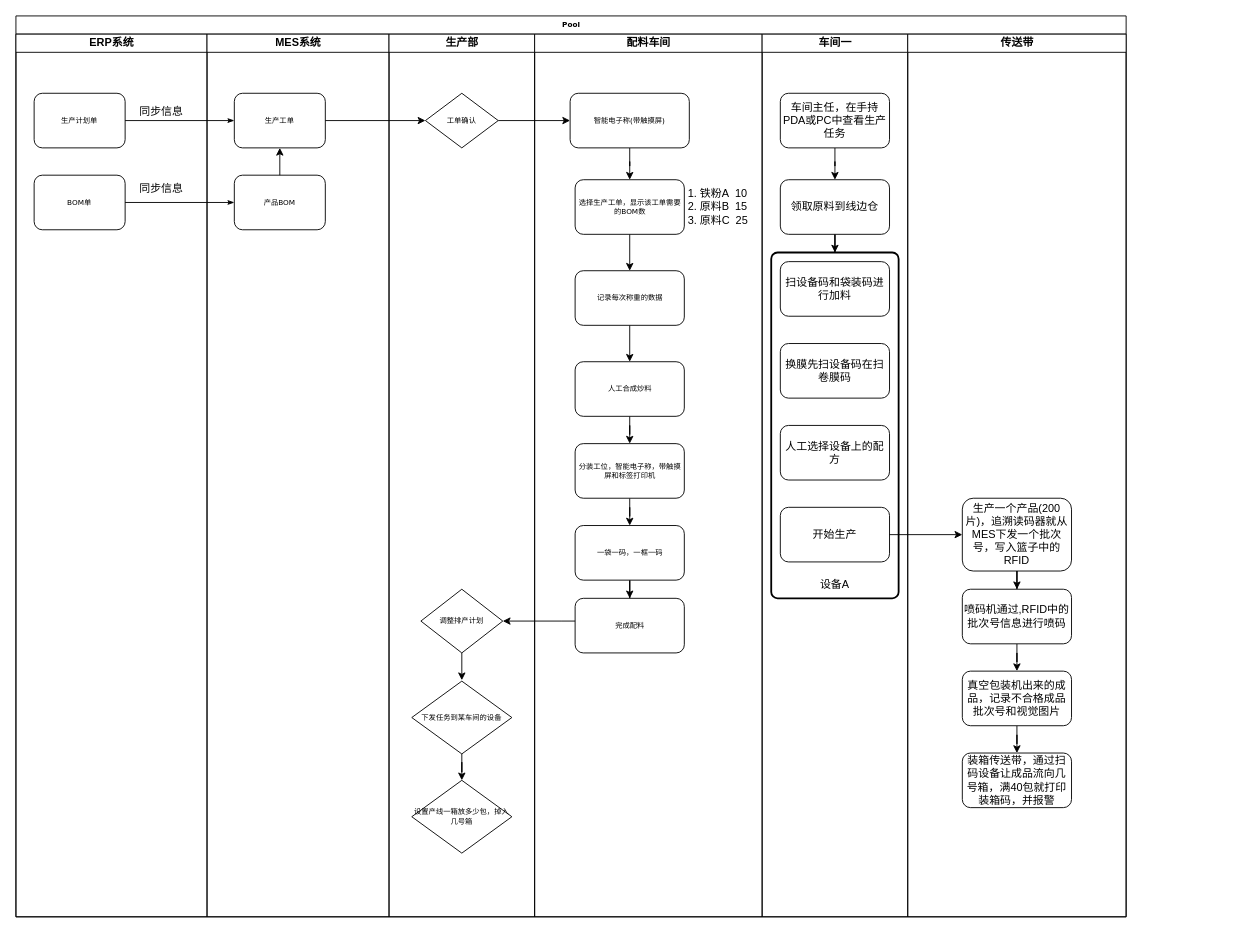
The draw.io diagram data/MES.drawio in chenyanxi/hosts, before the edit. Source tidied: cells renumbered, new cells numbered last; positions are measured from the earlier drawing's top-left corner, leaving out a move shared by most shapes. Both pictures are drawn from the tidied source at 91%, with x=0, y=0 at pixel (15, 15).
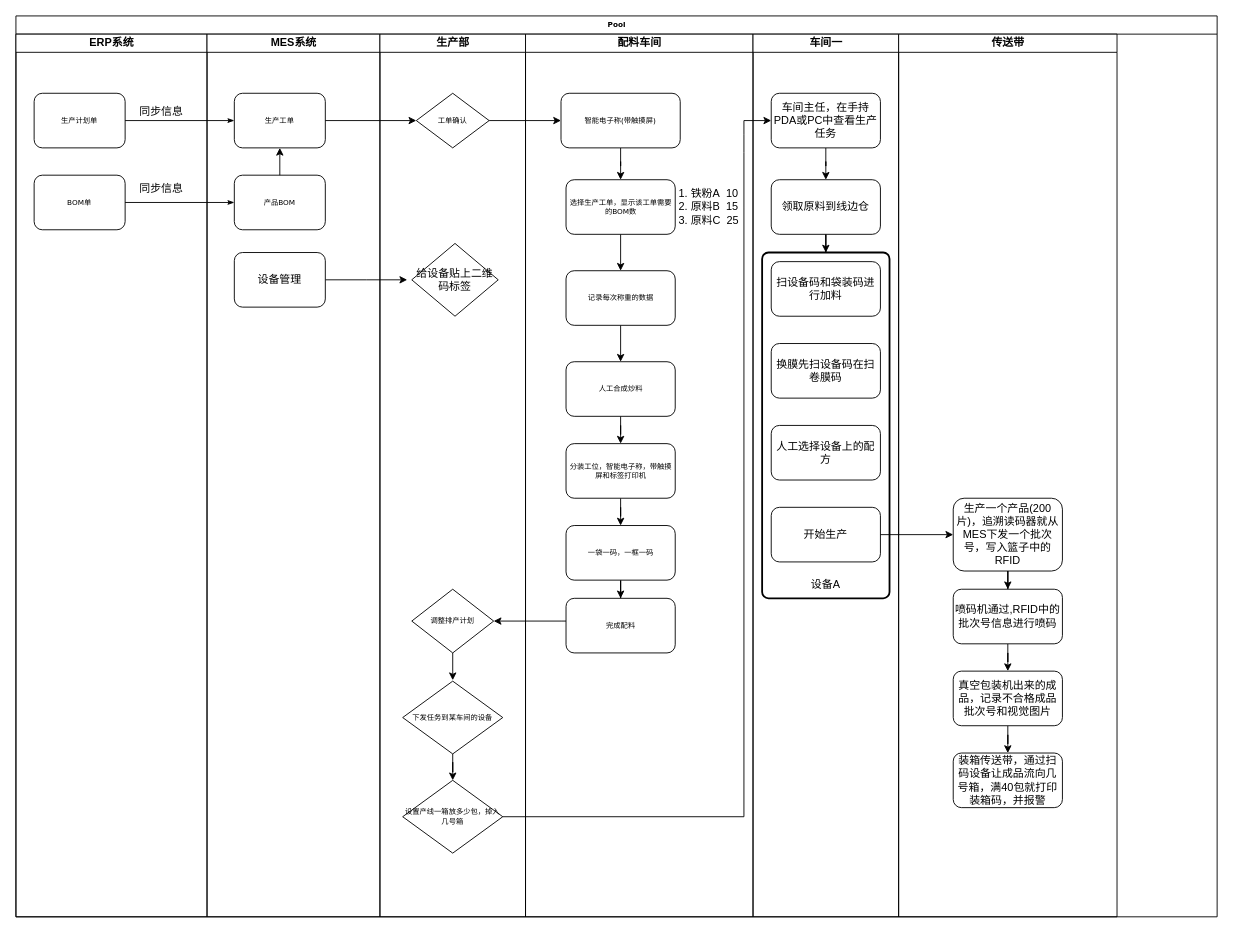
After the change.

The change refers to these unchanged cells:
```xml
<mxCell id="19" value="设置产线一箱放多少包，掉入几号箱" style="rhombus;whiteSpace=wrap;html=1;rounded=0;shadow=0;labelBackgroundColor=none;strokeWidth=1;fontFamily=Verdana;fontSize=8;align=center;" parent="14" vertex="1">
  <mxGeometry x="25" y="820" width="110" height="80" as="geometry" />
</mxCell>
<mxCell id="38" value="车间主任，在手持PDA或PC中查看生产任务" style="rounded=1;whiteSpace=wrap;html=1;" parent="36" vertex="1">
  <mxGeometry x="20" y="65" width="120" height="60" as="geometry" />
</mxCell>
```

Change to the diagram source:
```diff
@@
     <mxCell id="2" value="Pool" style="swimlane;html=1;startSize=20;rounded=0;shadow=0;labelBackgroundColor=none;strokeWidth=1;fontFamily=Verdana;fontSize=8;align=center;" parent="1" vertex="1">
-      <mxGeometry width="1220" height="990" as="geometry" />
+      <mxGeometry width="1320" height="990" as="geometry" />
     </mxCell>
@@
     <mxCell id="10" value="MES系统" style="swimlane;html=1;startSize=20;" parent="2" vertex="1">
-      <mxGeometry x="210" y="20" width="200" height="970" as="geometry" />
+      <mxGeometry x="210" y="20" width="190" height="970" as="geometry" />
     </mxCell>
@@
+    <mxCell id="62" style="edgeStyle=orthogonalEdgeStyle;rounded=0;jettySize=auto;html=1;" parent="10" edge="1" source="63">
+      <mxGeometry relative="1" as="geometry">
+        <mxPoint x="220" y="270" as="targetPoint" />
+      </mxGeometry>
+    </mxCell>
+    <mxCell id="63" value="设备管理" style="rounded=1;whiteSpace=wrap;html=1;" parent="10" vertex="1">
+      <mxGeometry x="30" y="240" width="100" height="60" as="geometry" />
+    </mxCell>
     <mxCell id="14" value="生产部" style="swimlane;html=1;startSize=20;" parent="2" vertex="1">
-      <mxGeometry x="410" y="20" width="160" height="970" as="geometry" />
+      <mxGeometry x="400" y="20" width="160" height="970" as="geometry" />
     </mxCell>
@@
+    <mxCell id="64" value="给设备贴上二维码标签" style="rhombus;whiteSpace=wrap;html=1;" parent="14" vertex="1">
+      <mxGeometry x="35" y="230" width="95" height="80" as="geometry" />
+    </mxCell>
     <mxCell id="21" value="配料车间" style="swimlane;html=1;startSize=20;" parent="2" vertex="1">
-      <mxGeometry x="570" y="20" width="250" height="970" as="geometry" />
+      <mxGeometry x="560" y="20" width="250" height="970" as="geometry" />
     </mxCell>
@@
     <mxCell id="36" value="车间一" style="swimlane;html=1;startSize=20;" parent="2" vertex="1">
-      <mxGeometry x="820" y="20" width="160" height="970" as="geometry" />
+      <mxGeometry x="810" y="20" width="160" height="970" as="geometry" />
     </mxCell>
@@
     <mxCell id="50" value="传送带" style="swimlane;html=1;startSize=20;" parent="2" vertex="1">
-      <mxGeometry x="980" y="20" width="240" height="970" as="geometry" />
+      <mxGeometry x="970" y="20" width="240" height="970" as="geometry" />
     </mxCell>
@@
+    <mxCell id="65" style="endArrow=classic;html=1;rounded=0;entryX=0;entryY=0.5;entryDx=0;entryDy=0;exitX=1;exitY=0.5;exitDx=0;exitDy=0;" parent="2" edge="1" source="19" target="38">
+      <mxGeometry relative="1" as="geometry">
+        <Array as="points">
+          <mxPoint x="800" y="880" />
+          <mxPoint x="800" y="510" />
+          <mxPoint x="800" y="310" />
+          <mxPoint x="800" y="210" />
+          <mxPoint x="800" y="150" />
+          <mxPoint x="800" y="130" />
+          <mxPoint x="800" y="115" />
+        </Array>
+      </mxGeometry>
+    </mxCell>
```
